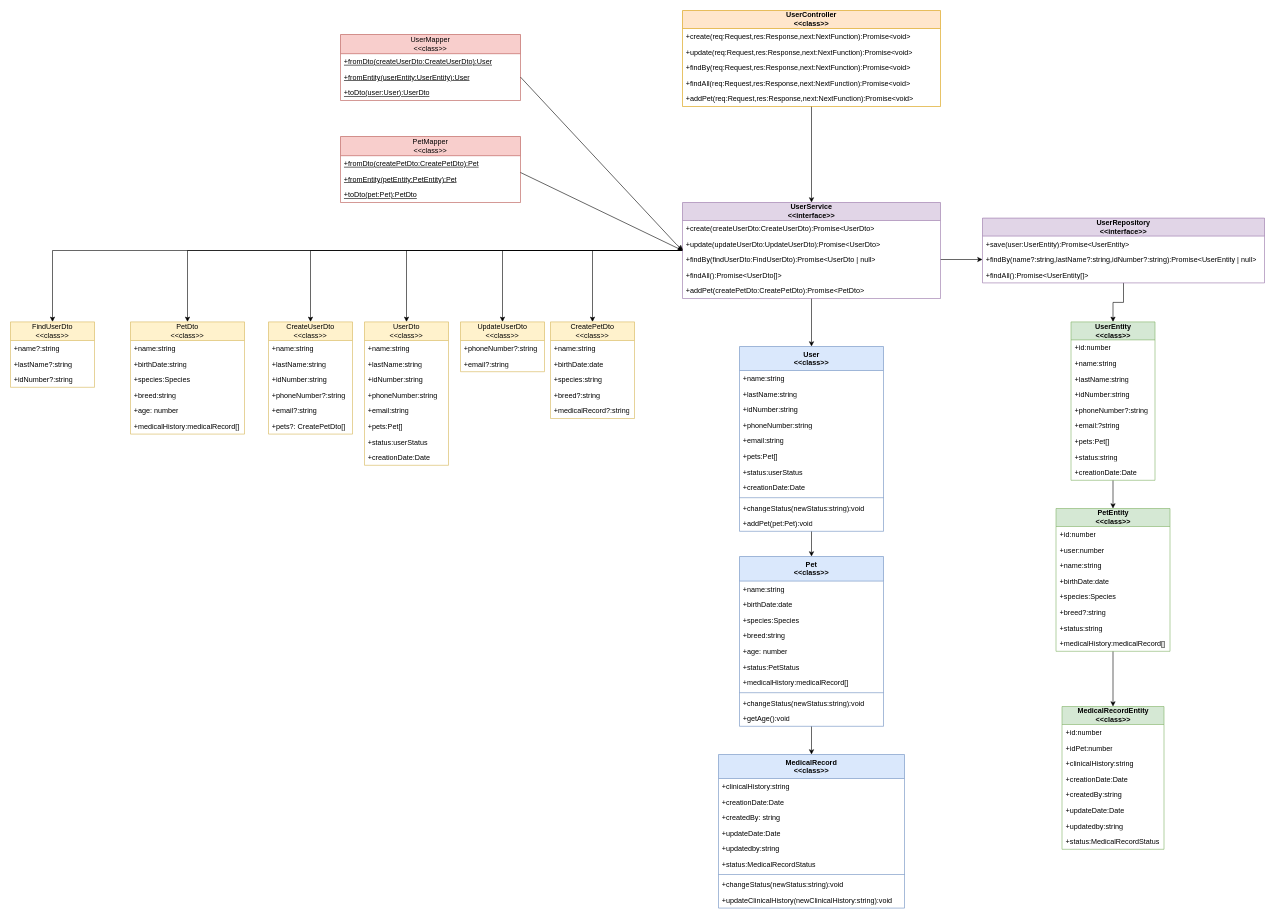
Before: page "Classes" (1 of 2) of docs/Veterinaria design.drawio in Matias-Viking/Veterinary, a draw.io diagram. Source tidied: cells renumbered, new cells numbered last; positions are measured from the earlier drawing's top-left corner, leaving out a move shared by most shapes. Both pictures are drawn from the tidied source at 60%, with x=0, y=0 at pixel (10, 10).
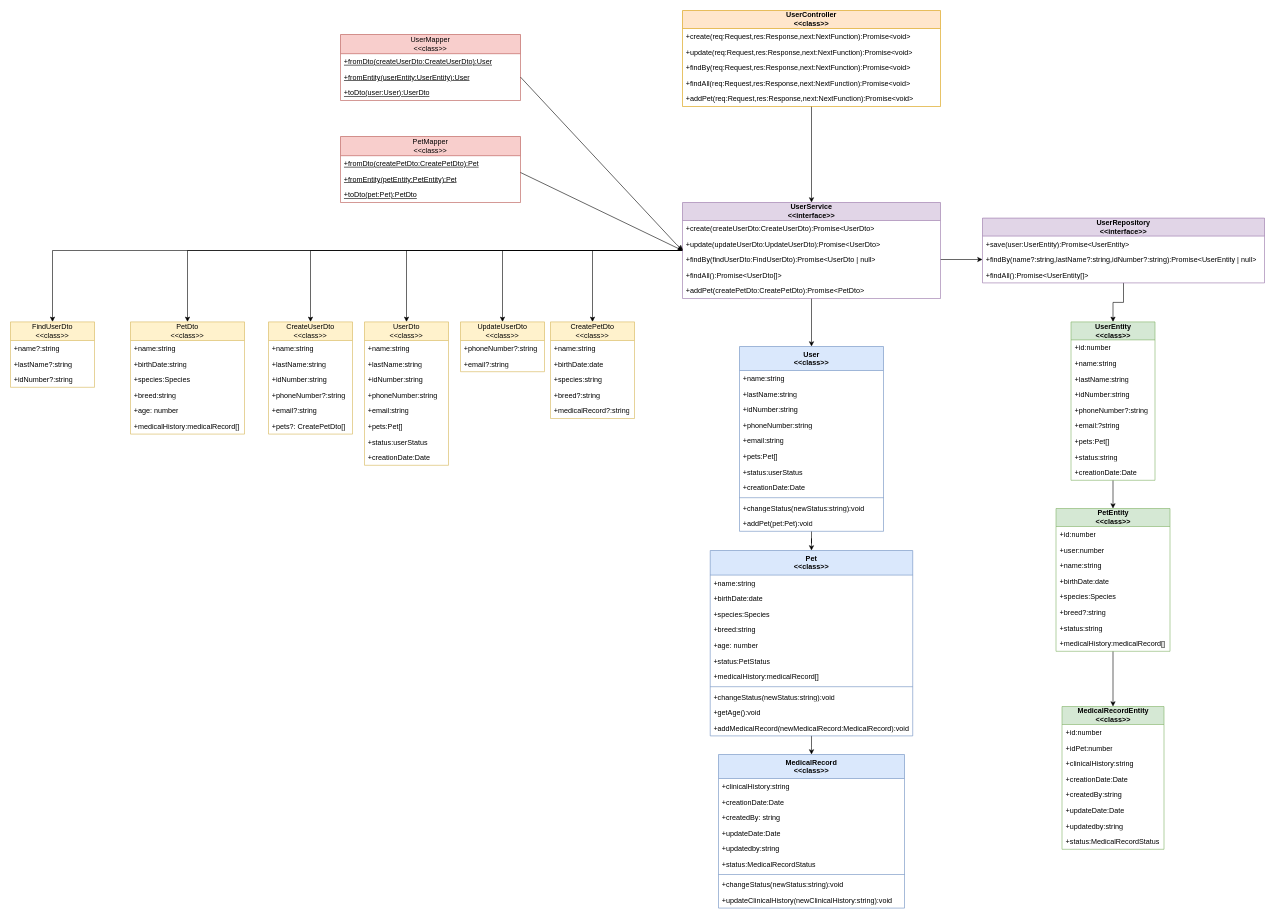
After the change.

Change to the diagram source:
```diff
@@
     <mxCell id="3" value="Pet&lt;div&gt;&amp;lt;&amp;lt;class&amp;gt;&amp;gt;&lt;/div&gt;" style="swimlane;fontStyle=1;align=center;verticalAlign=top;horizontal=1;startSize=41;whiteSpace=wrap;html=1;fillColor=#dae8fc;strokeColor=#6c8ebf;" parent="1" vertex="1">
-      <mxGeometry x="1215" y="910" width="240" height="283" as="geometry" />
+      <mxGeometry x="1166.2" y="900" width="337.5" height="309" as="geometry" />
     </mxCell>
     <mxCell id="4" value="+name:string" style="text;strokeColor=none;fillColor=none;align=left;verticalAlign=top;spacingLeft=4;spacingRight=4;overflow=hidden;whiteSpace=wrap;html=1;" parent="3" vertex="1">
-      <mxGeometry y="41" width="240" height="26" as="geometry" />
+      <mxGeometry y="41" width="337.5" height="26" as="geometry" />
     </mxCell>
     <mxCell id="5" value="+birthDate:date" style="text;strokeColor=none;fillColor=none;align=left;verticalAlign=top;spacingLeft=4;spacingRight=4;overflow=hidden;whiteSpace=wrap;html=1;" parent="3" vertex="1">
-      <mxGeometry y="67" width="240" height="26" as="geometry" />
+      <mxGeometry y="67" width="337.5" height="26" as="geometry" />
     </mxCell>
     <mxCell id="6" value="+species:Species" style="text;strokeColor=none;fillColor=none;align=left;verticalAlign=top;spacingLeft=4;spacingRight=4;overflow=hidden;whiteSpace=wrap;html=1;" parent="3" vertex="1">
-      <mxGeometry y="93" width="240" height="26" as="geometry" />
+      <mxGeometry y="93" width="337.5" height="26" as="geometry" />
     </mxCell>
     <mxCell id="7" value="+breed:string" style="text;strokeColor=none;fillColor=none;align=left;verticalAlign=top;spacingLeft=4;spacingRight=4;overflow=hidden;whiteSpace=wrap;html=1;" parent="3" vertex="1">
-      <mxGeometry y="119" width="240" height="26" as="geometry" />
+      <mxGeometry y="119" width="337.5" height="26" as="geometry" />
     </mxCell>
     <mxCell id="8" value="+age: number" style="text;strokeColor=none;fillColor=none;align=left;verticalAlign=top;spacingLeft=4;spacingRight=4;overflow=hidden;whiteSpace=wrap;html=1;" parent="3" vertex="1">
-      <mxGeometry y="145" width="240" height="26" as="geometry" />
+      <mxGeometry y="145" width="337.5" height="26" as="geometry" />
     </mxCell>
     <mxCell id="9" value="+status:PetStatus" style="text;strokeColor=none;fillColor=none;align=left;verticalAlign=top;spacingLeft=4;spacingRight=4;overflow=hidden;whiteSpace=wrap;html=1;" parent="3" vertex="1">
-      <mxGeometry y="171" width="240" height="26" as="geometry" />
+      <mxGeometry y="171" width="337.5" height="26" as="geometry" />
     </mxCell>
     <mxCell id="10" value="+medicalHistory:medicalRecord[]" style="text;strokeColor=none;fillColor=none;align=left;verticalAlign=top;spacingLeft=4;spacingRight=4;overflow=hidden;whiteSpace=wrap;html=1;" parent="3" vertex="1">
-      <mxGeometry y="197" width="240" height="26" as="geometry" />
+      <mxGeometry y="197" width="337.5" height="26" as="geometry" />
     </mxCell>
     <mxCell id="11" style="line;strokeWidth=1;fillColor=none;align=left;verticalAlign=middle;spacingTop=-1;spacingLeft=3;spacingRight=3;labelPosition=right;strokeColor=inherit;" parent="3" vertex="1">
-      <mxGeometry y="223" width="240" height="8" as="geometry" />
+      <mxGeometry y="223" width="337.5" height="8" as="geometry" />
     </mxCell>
     <mxCell id="12" value="+changeStatus(newStatus:string):void" style="text;strokeColor=none;fillColor=none;align=left;verticalAlign=top;spacingLeft=4;spacingRight=4;overflow=hidden;whiteSpace=wrap;html=1;" parent="3" vertex="1">
-      <mxGeometry y="231" width="240" height="26" as="geometry" />
+      <mxGeometry y="231" width="337.5" height="26" as="geometry" />
     </mxCell>
     <mxCell id="13" value="+getAge():void" style="text;strokeColor=none;fillColor=none;align=left;verticalAlign=top;spacingLeft=4;spacingRight=4;overflow=hidden;whiteSpace=wrap;html=1;" parent="3" vertex="1">
-      <mxGeometry y="257" width="240" height="26" as="geometry" />
+      <mxGeometry y="257" width="337.5" height="26" as="geometry" />
     </mxCell>
+    <mxCell id="139" value="+addMedicalRecord(newMedicalRecord:MedicalRecord):void" style="text;strokeColor=none;fillColor=none;align=left;verticalAlign=top;spacingLeft=4;spacingRight=4;overflow=hidden;whiteSpace=wrap;html=1;" parent="3" vertex="1">
+      <mxGeometry y="283" width="337.5" height="26" as="geometry" />
+    </mxCell>
```
